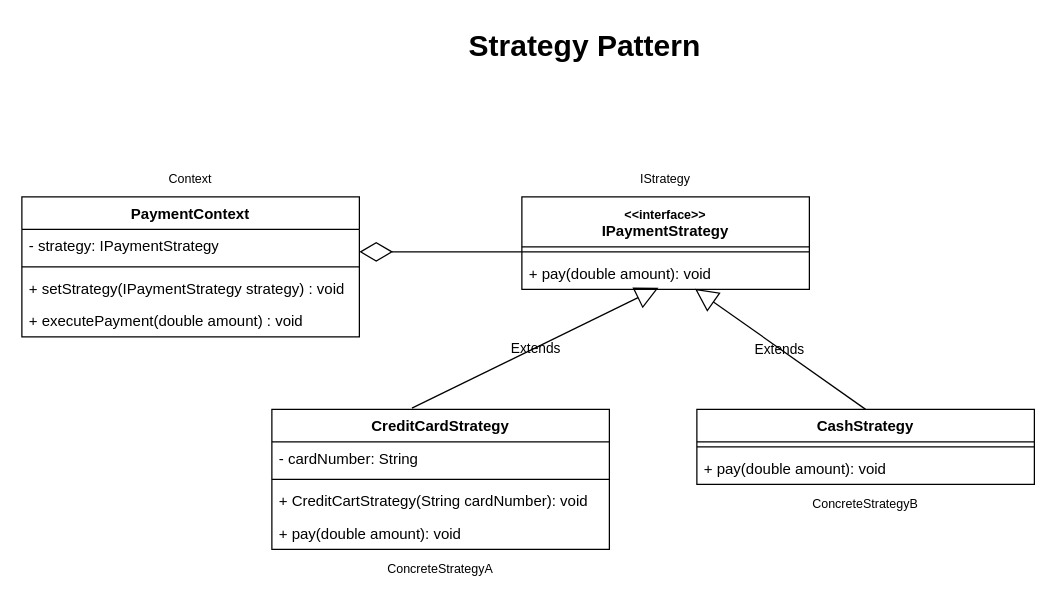
Before: page "Strategy" (2 of 3) of docs/diagrams/BikeRent.drawio in antoSWN/BikeRent, a draw.io diagram. Source tidied: cells renumbered, new cells numbered last; positions are measured from the earlier drawing's top-left corner, leaving out a move shared by most shapes. Both pictures are drawn from the tidied source at 125%, with x=0, y=0 at pixel (21, 21).
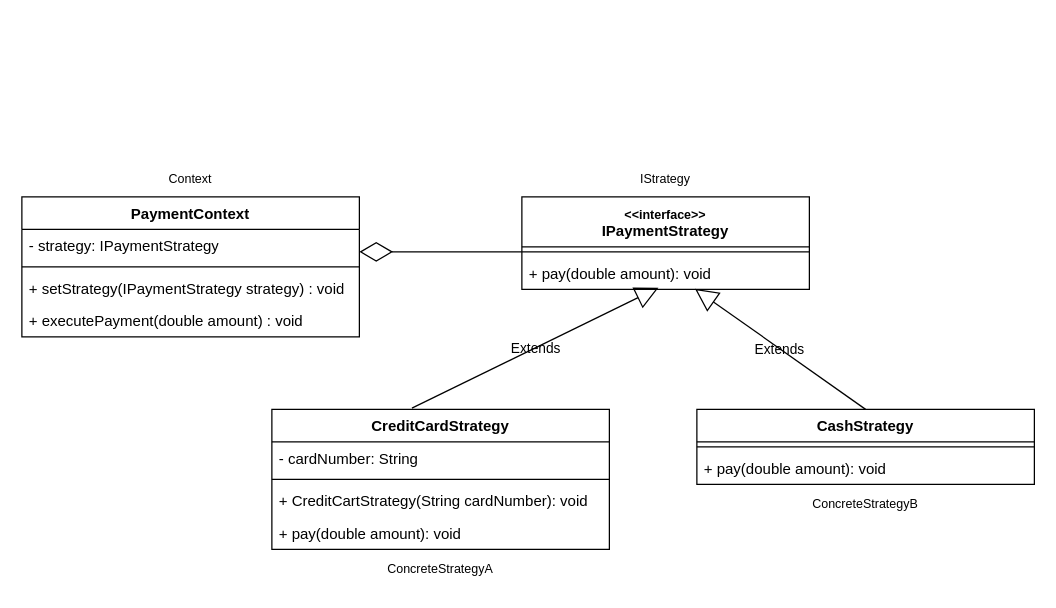
After the change.

The edit, as a diff of the source:
```diff
@@
-    <mxCell id="21" value="Strategy Pattern" style="text;strokeColor=none;fillColor=none;html=1;fontSize=24;fontStyle=1;verticalAlign=middle;align=center;labelBackgroundColor=none;rounded=0;" parent="1" vertex="1">
-      <mxGeometry x="400" width="100" height="40" as="geometry" />
-    </mxCell>
```
